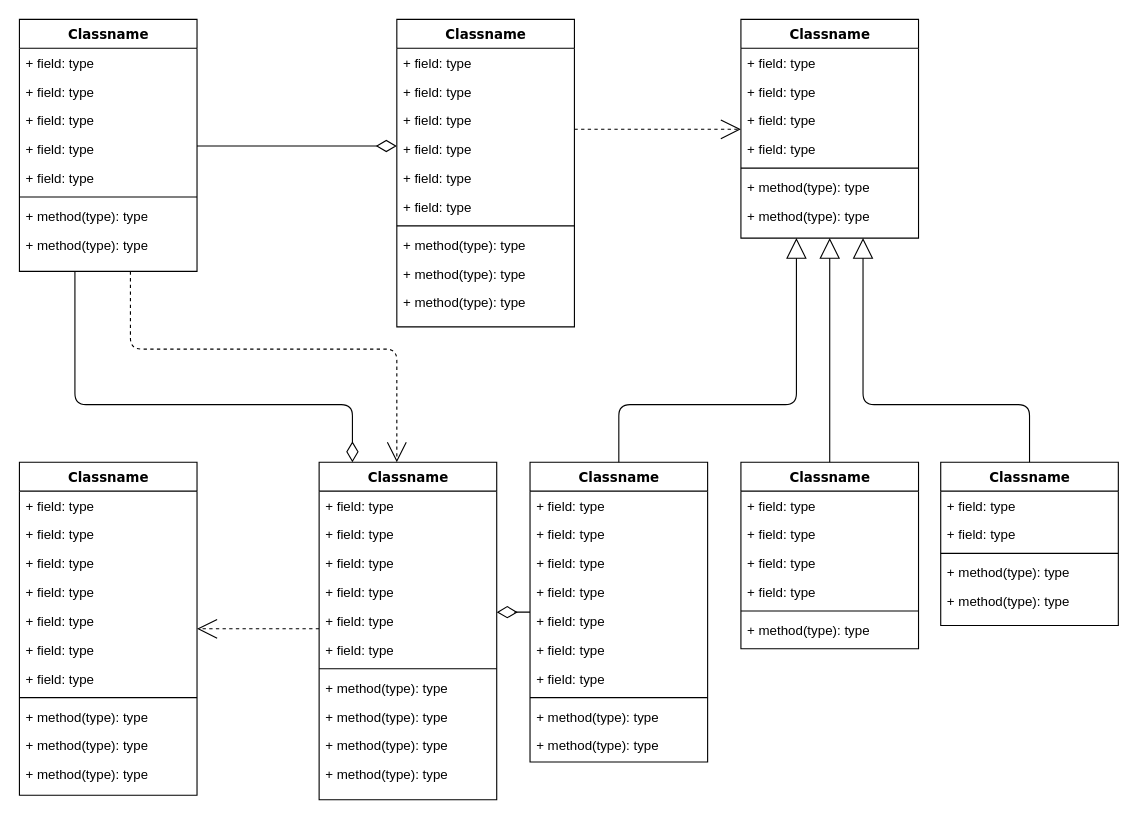
Above: minimum-uml.drawio in anhvupt/minimum-aka-medium-clone (draw.io), before the change. Source tidied: cells renumbered, new cells numbered last; positions are measured from the earlier drawing's top-left corner, leaving out a move shared by most shapes. Both pictures are drawn from the tidied source at 111%, with x=0, y=0 at pixel (19, 19).
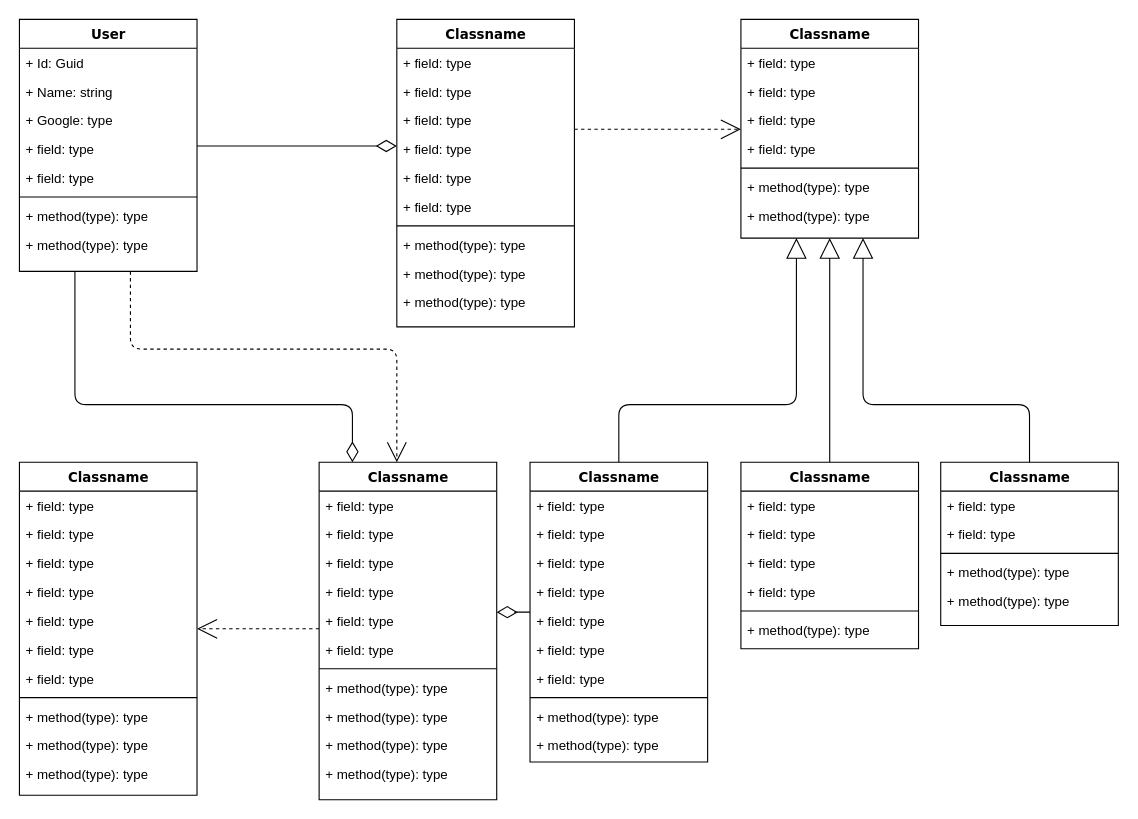
The same diagram, later.

What changed in the source:
```diff
@@
-    <mxCell id="4" value="Classname" style="swimlane;html=1;fontStyle=1;align=center;verticalAlign=top;horizontal=1;startSize=26;swimlaneFillColor=#ffffff;rounded=0;shadow=0;comic=0;labelBackgroundColor=none;strokeWidth=1;fillColor=none;fontFamily=Verdana;fontSize=12;" parent="1" vertex="1">
+    <mxCell id="4" value="User" style="swimlane;html=1;fontStyle=1;align=center;verticalAlign=top;horizontal=1;startSize=26;swimlaneFillColor=#ffffff;rounded=0;shadow=0;comic=0;labelBackgroundColor=none;strokeWidth=1;fillColor=none;fontFamily=Verdana;fontSize=12;" parent="1" vertex="1">
       <mxGeometry width="160" height="227" as="geometry" />
     </mxCell>
-    <mxCell id="5" value="+ field: type" style="text;html=1;strokeColor=none;fillColor=none;align=left;verticalAlign=top;spacingLeft=4;spacingRight=4;whiteSpace=wrap;overflow=hidden;" parent="4" vertex="1">
+    <mxCell id="5" value="+ Id: Guid" style="text;html=1;strokeColor=none;fillColor=none;align=left;verticalAlign=top;spacingLeft=4;spacingRight=4;whiteSpace=wrap;overflow=hidden;" parent="4" vertex="1">
       <mxGeometry y="26" width="160" height="26" as="geometry" />
     </mxCell>
-    <mxCell id="6" value="+ field: type" style="text;html=1;strokeColor=none;fillColor=none;align=left;verticalAlign=top;spacingLeft=4;spacingRight=4;whiteSpace=wrap;overflow=hidden;" parent="4" vertex="1">
+    <mxCell id="6" value="+ Name: string" style="text;html=1;strokeColor=none;fillColor=none;align=left;verticalAlign=top;spacingLeft=4;spacingRight=4;whiteSpace=wrap;overflow=hidden;" parent="4" vertex="1">
       <mxGeometry y="52" width="160" height="26" as="geometry" />
     </mxCell>
-    <mxCell id="7" value="+ field: type" style="text;html=1;strokeColor=none;fillColor=none;align=left;verticalAlign=top;spacingLeft=4;spacingRight=4;whiteSpace=wrap;overflow=hidden;" parent="4" vertex="1">
+    <mxCell id="7" value="+ Google: type" style="text;html=1;strokeColor=none;fillColor=none;align=left;verticalAlign=top;spacingLeft=4;spacingRight=4;whiteSpace=wrap;overflow=hidden;" parent="4" vertex="1">
       <mxGeometry y="78" width="160" height="26" as="geometry" />
     </mxCell>
```
